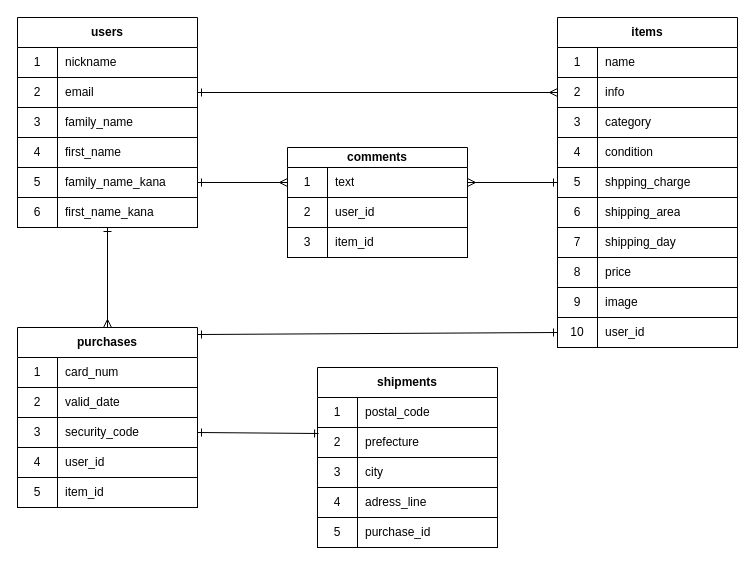
This is furima_er.drawio from yuu-a113/furima-33462, a draw.io file, before an edit. Source tidied: cells renumbered, new cells numbered last; positions are measured from the earlier drawing's top-left corner, leaving out a move shared by most shapes. Both pictures are drawn from the tidied source at 100%, with x=0, y=0 at pixel (17, 17).
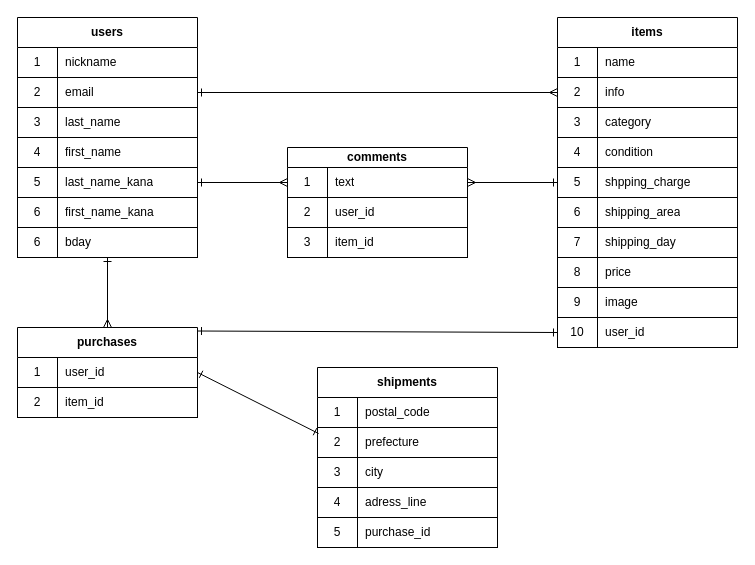
The same page after the edit.

The change refers to these unchanged cells:
```xml
<mxCell id="9" style="shape=partialRectangle;html=1;whiteSpace=wrap;fillColor=none;top=0;left=0;bottom=1;right=0;" parent="2" vertex="1">
  <mxGeometry y="90" width="180" height="30" as="geometry" />
</mxCell>
<mxCell id="15" style="shape=partialRectangle;html=1;whiteSpace=wrap;fillColor=none;top=0;left=0;bottom=1;right=0;points=[[0,0.5],[1,0.5]];portConstraint=eastwest;" parent="2" vertex="1">
  <mxGeometry y="150" width="180" height="30" as="geometry" />
</mxCell>
<mxCell id="18" style="shape=partialRectangle;html=1;whiteSpace=wrap;fillColor=none;top=0;left=0;bottom=1;right=0;points=[[0,0.5],[1,0.5]];portConstraint=eastwest;" parent="2" vertex="1">
  <mxGeometry y="180" width="180" height="30" as="geometry" />
</mxCell>
<mxCell id="72" style="shape=partialRectangle;html=1;whiteSpace=wrap;fillColor=none;top=0;left=0;bottom=1;right=0;points=[[0,0.5],[1,0.5]];portConstraint=eastwest;" parent="68" vertex="1">
  <mxGeometry y="60" width="180" height="30" as="geometry" />
</mxCell>
```

The edit, as a diff of the source:
```diff
@@
     <mxCell id="2" value="users" style="shape=table;html=1;whiteSpace=wrap;startSize=30;childLayout=tableLayout;rowLines=0;fontStyle=1;align=center;" parent="1" vertex="1">
-      <mxGeometry width="180" height="210" as="geometry" />
+      <mxGeometry width="180" height="240" as="geometry" />
     </mxCell>
@@
-    <mxCell id="11" value="family_name" style="shape=partialRectangle;html=1;whiteSpace=wrap;fillColor=none;top=0;left=0;bottom=0;right=0;align=left;spacingLeft=6;overflow=hidden;" parent="9" vertex="1">
+    <mxCell id="11" value="last_name" style="shape=partialRectangle;html=1;whiteSpace=wrap;fillColor=none;top=0;left=0;bottom=0;right=0;align=left;spacingLeft=6;overflow=hidden;" parent="9" vertex="1">
       <mxGeometry x="40" width="140" height="30" as="geometry" />
     </mxCell>
@@
-    <mxCell id="17" value="family_name_kana" style="shape=partialRectangle;html=1;whiteSpace=wrap;fillColor=none;top=0;left=0;bottom=0;right=0;align=left;spacingLeft=6;overflow=hidden;" parent="15" vertex="1">
+    <mxCell id="17" value="last_name_kana" style="shape=partialRectangle;html=1;whiteSpace=wrap;fillColor=none;top=0;left=0;bottom=0;right=0;align=left;spacingLeft=6;overflow=hidden;" parent="15" vertex="1">
       <mxGeometry x="40" width="140" height="30" as="geometry" />
     </mxCell>
@@
+    <mxCell id="100" style="shape=partialRectangle;html=1;whiteSpace=wrap;fillColor=none;top=0;left=0;bottom=1;right=0;" parent="2" vertex="1">
+      <mxGeometry y="210" width="180" height="30" as="geometry" />
+    </mxCell>
+    <mxCell id="101" value="6" style="shape=partialRectangle;html=1;whiteSpace=wrap;fillColor=none;top=0;left=0;bottom=0;right=0;overflow=hidden;" parent="100" vertex="1">
+      <mxGeometry width="40" height="30" as="geometry" />
+    </mxCell>
+    <mxCell id="102" value="bday" style="shape=partialRectangle;html=1;whiteSpace=wrap;fillColor=none;top=0;left=0;bottom=0;right=0;align=left;spacingLeft=6;overflow=hidden;" parent="100" vertex="1">
+      <mxGeometry x="40" width="140" height="30" as="geometry" />
+    </mxCell>
@@
     <mxCell id="52" value="purchases" style="shape=table;html=1;whiteSpace=wrap;startSize=30;childLayout=tableLayout;rowLines=0;fontStyle=1;align=center;" parent="1" vertex="1">
-      <mxGeometry y="310" width="180" height="180" as="geometry" />
+      <mxGeometry y="310" width="180" height="90" as="geometry" />
     </mxCell>
-    <mxCell id="53" style="shape=partialRectangle;html=1;whiteSpace=wrap;fillColor=none;top=0;left=0;bottom=1;right=0;" parent="52" vertex="1">
-      <mxGeometry y="30" width="180" height="30" as="geometry" />
-    </mxCell>
-    <mxCell id="54" value="1" style="shape=partialRectangle;html=1;whiteSpace=wrap;fillColor=none;top=0;left=0;bottom=0;right=0;overflow=hidden;" parent="53" vertex="1">
-      <mxGeometry width="40" height="30" as="geometry" />
-    </mxCell>
-    <mxCell id="55" value="card_num" style="shape=partialRectangle;html=1;whiteSpace=wrap;fillColor=none;top=0;left=0;bottom=0;right=0;align=left;spacingLeft=6;overflow=hidden;" parent="53" vertex="1">
-      <mxGeometry x="40" width="140" height="30" as="geometry" />
-    </mxCell>
-    <mxCell id="56" style="shape=partialRectangle;html=1;whiteSpace=wrap;fillColor=none;top=0;left=0;bottom=1;right=0;" parent="52" vertex="1">
-      <mxGeometry y="60" width="180" height="30" as="geometry" />
-    </mxCell>
-    <mxCell id="57" value="2" style="shape=partialRectangle;html=1;whiteSpace=wrap;fillColor=none;top=0;left=0;bottom=0;right=0;overflow=hidden;" parent="56" vertex="1">
-      <mxGeometry width="40" height="30" as="geometry" />
-    </mxCell>
-    <mxCell id="58" value="&lt;span&gt;valid_date&lt;/span&gt;" style="shape=partialRectangle;html=1;whiteSpace=wrap;fillColor=none;top=0;left=0;bottom=0;right=0;align=left;spacingLeft=6;overflow=hidden;" parent="56" vertex="1">
-      <mxGeometry x="40" width="140" height="30" as="geometry" />
-    </mxCell>
-    <mxCell id="59" style="shape=partialRectangle;html=1;whiteSpace=wrap;fillColor=none;top=0;left=0;bottom=1;right=0;points=[[0,0.5],[1,0.5]];portConstraint=eastwest;" parent="52" vertex="1">
-      <mxGeometry y="90" width="180" height="30" as="geometry" />
-    </mxCell>
-    <mxCell id="60" value="3" style="shape=partialRectangle;html=1;whiteSpace=wrap;fillColor=none;top=0;left=0;bottom=0;right=0;overflow=hidden;" parent="59" vertex="1">
-      <mxGeometry width="40" height="30" as="geometry" />
-    </mxCell>
-    <mxCell id="61" value="security_code" style="shape=partialRectangle;html=1;whiteSpace=wrap;fillColor=none;top=0;left=0;bottom=0;right=0;align=left;spacingLeft=6;overflow=hidden;" parent="59" vertex="1">
-      <mxGeometry x="40" width="140" height="30" as="geometry" />
-    </mxCell>
     <mxCell id="62" style="shape=partialRectangle;html=1;whiteSpace=wrap;fillColor=none;top=0;left=0;bottom=1;right=0;" parent="52" vertex="1">
-      <mxGeometry y="120" width="180" height="30" as="geometry" />
+      <mxGeometry y="30" width="180" height="30" as="geometry" />
     </mxCell>
-    <mxCell id="63" value="4" style="shape=partialRectangle;html=1;whiteSpace=wrap;fillColor=none;top=0;left=0;bottom=0;right=0;overflow=hidden;" parent="62" vertex="1">
+    <mxCell id="63" value="1" style="shape=partialRectangle;html=1;whiteSpace=wrap;fillColor=none;top=0;left=0;bottom=0;right=0;overflow=hidden;" parent="62" vertex="1">
       <mxGeometry width="40" height="30" as="geometry" />
     </mxCell>
@@
     <mxCell id="65" style="shape=partialRectangle;html=1;whiteSpace=wrap;fillColor=none;top=0;left=0;bottom=1;right=0;" parent="52" vertex="1">
-      <mxGeometry y="150" width="180" height="30" as="geometry" />
+      <mxGeometry y="60" width="180" height="30" as="geometry" />
     </mxCell>
-    <mxCell id="66" value="5" style="shape=partialRectangle;html=1;whiteSpace=wrap;fillColor=none;top=0;left=0;bottom=0;right=0;overflow=hidden;" parent="65" vertex="1">
+    <mxCell id="66" value="2" style="shape=partialRectangle;html=1;whiteSpace=wrap;fillColor=none;top=0;left=0;bottom=0;right=0;overflow=hidden;" parent="65" vertex="1">
       <mxGeometry width="40" height="30" as="geometry" />
     </mxCell>
@@
-    <mxCell id="95" style="endArrow=ERmany;html=1;strokeWidth=1;startArrow=ERone;startFill=0;endFill=0;" parent="1" edge="1" source="18" target="52">
-      <mxGeometry relative="1" as="geometry" />
+    <mxCell id="95" style="endArrow=ERmany;html=1;strokeWidth=1;startArrow=ERone;startFill=0;endFill=0;" parent="1" edge="1" target="52">
+      <mxGeometry relative="1" as="geometry">
+        <mxPoint x="90" y="240" as="sourcePoint" />
+      </mxGeometry>
     </mxCell>
@@
-    <mxCell id="99" style="endArrow=ERone;html=1;strokeWidth=1;startArrow=ERone;startFill=0;endFill=0;exitX=0.006;exitY=0.2;exitDx=0;exitDy=0;entryX=1;entryY=0.5;entryDx=0;entryDy=0;exitPerimeter=0;" parent="1" edge="1" source="72" target="59">
-      <mxGeometry relative="1" as="geometry" />
+    <mxCell id="99" style="endArrow=ERone;html=1;strokeWidth=1;startArrow=ERone;startFill=0;endFill=0;exitX=0.006;exitY=0.2;exitDx=0;exitDy=0;entryX=1;entryY=0.5;entryDx=0;entryDy=0;exitPerimeter=0;" parent="1" edge="1" source="72">
+      <mxGeometry relative="1" as="geometry">
+        <mxPoint x="180" y="355" as="targetPoint" />
+      </mxGeometry>
     </mxCell>
```
